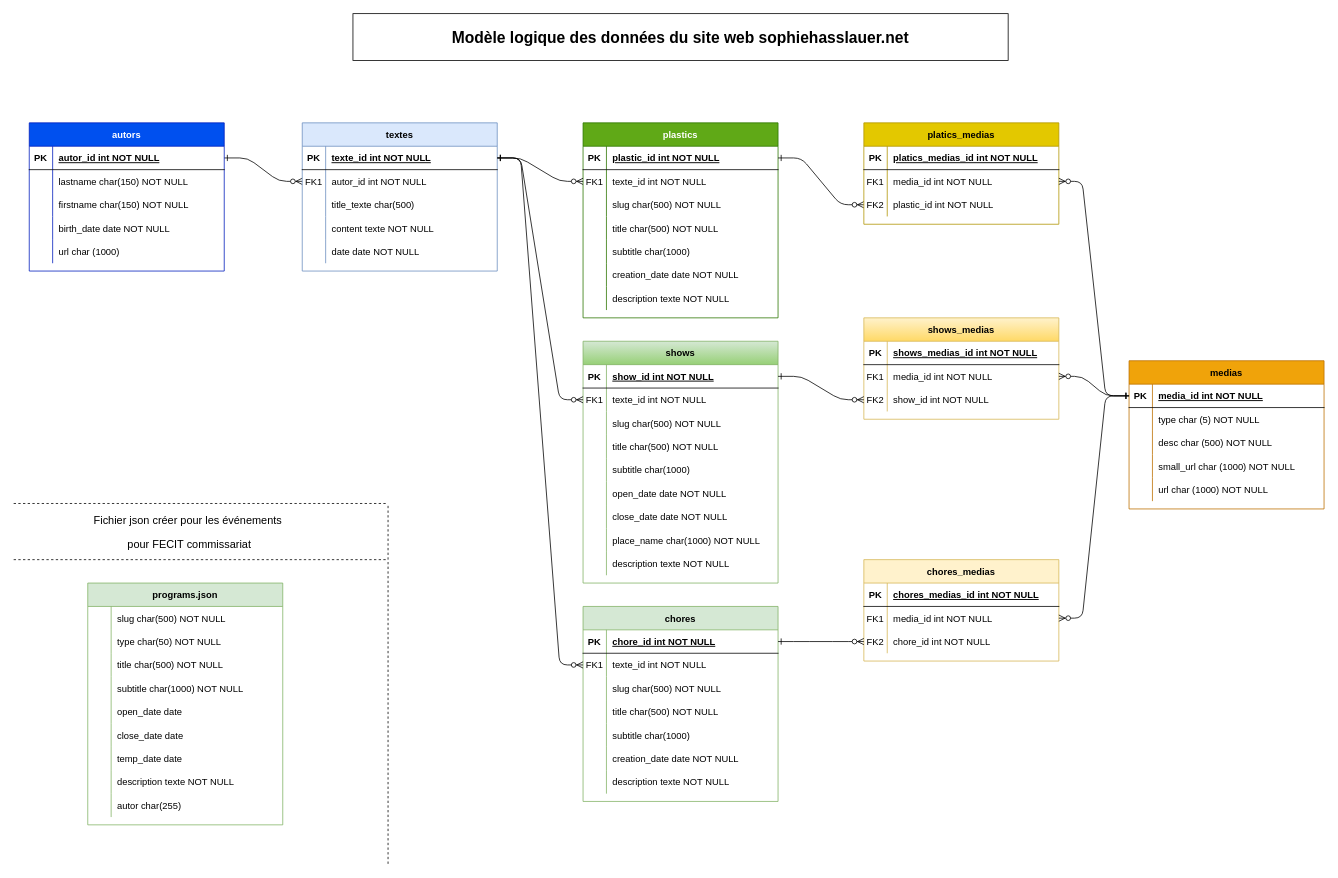
Earlier version of the draw.io diagram sophiehasslauer_BDD_sketch.drawio (sebatease/sebatease). Source tidied: cells renumbered, new cells numbered last; positions are measured from the earlier drawing's top-left corner, leaving out a move shared by most shapes. Both pictures are drawn from the tidied source at 78%, with x=0, y=0 at pixel (13, 13).
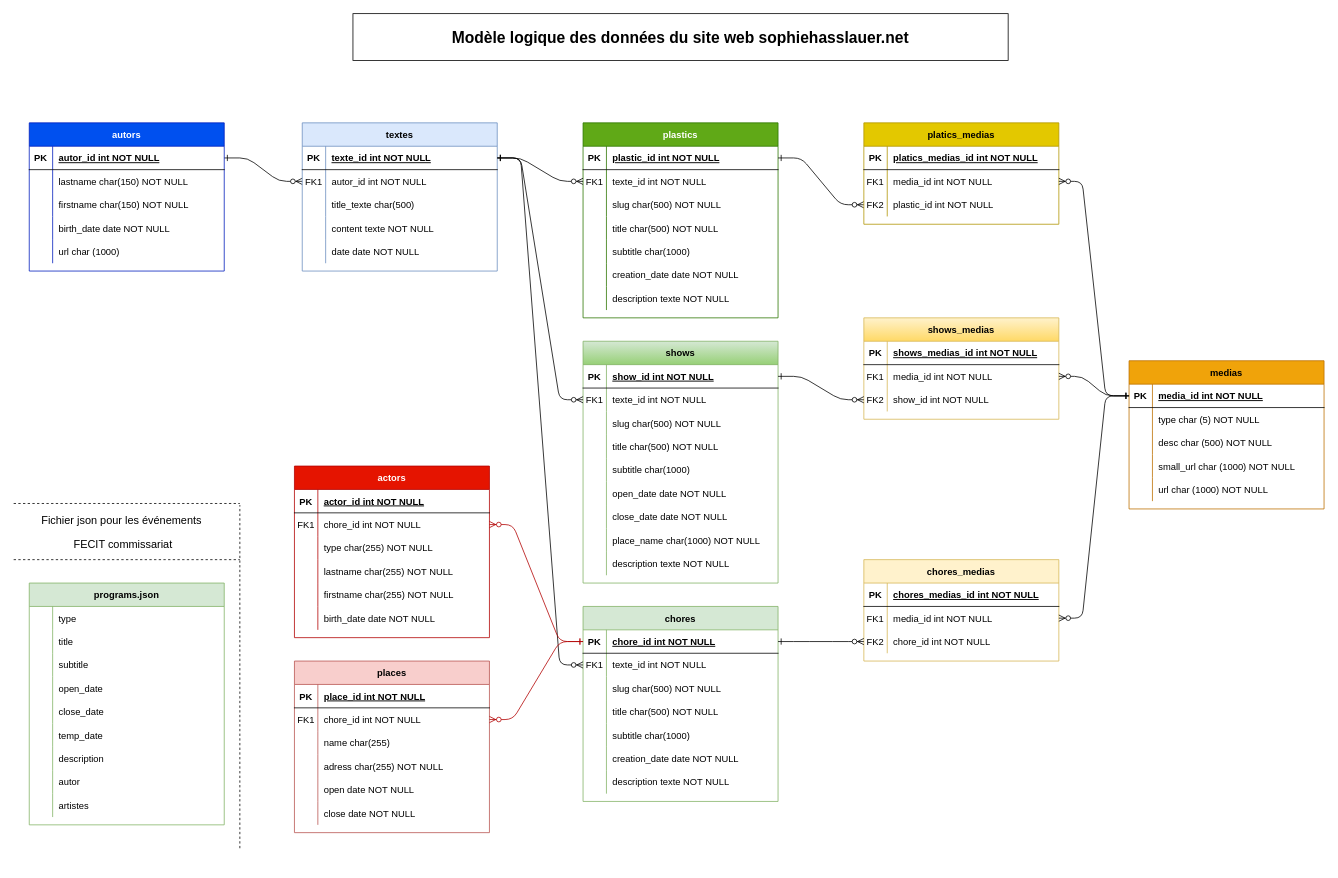
Above is the later version.

Unchanged cells that the change refers to:
```xml
<mxCell id="104" style="shape=partialRectangle;fillColor=none;points=[[0,0.5],[1,0.5]];portConstraint=eastwest;top=0;left=0;right=0;bottom=1;" parent="103" vertex="1">
  <mxGeometry y="30" width="250" height="30" as="geometry" />
</mxCell>
```

Diff of the diagram source:
```diff
@@
     <mxCell id="163" style="endArrow=none;dashed=1;html=1;rounded=0;" parent="1" edge="1">
       <mxGeometry relative="1" as="geometry">
         <mxPoint y="700" as="sourcePoint" />
-        <mxPoint x="480" y="700" as="targetPoint" />
+        <mxPoint x="290" y="700" as="targetPoint" />
       </mxGeometry>
     </mxCell>
     <mxCell id="164" style="endArrow=none;dashed=1;html=1;rounded=0;" parent="1" edge="1">
       <mxGeometry relative="1" as="geometry">
-        <mxPoint x="480" y="1090" as="sourcePoint" />
-        <mxPoint x="480" y="630" as="targetPoint" />
+        <mxPoint x="290" y="1070" as="sourcePoint" />
+        <mxPoint x="290" y="630" as="targetPoint" />
       </mxGeometry>
     </mxCell>
     <mxCell id="165" style="endArrow=none;dashed=1;html=1;rounded=0;" parent="1" edge="1">
       <mxGeometry relative="1" as="geometry">
         <mxPoint y="628" as="sourcePoint" />
-        <mxPoint x="480" y="628" as="targetPoint" />
+        <mxPoint x="290" y="628" as="targetPoint" />
       </mxGeometry>
     </mxCell>
-    <mxCell id="166" value="&lt;span style=&quot;font-weight: 400&quot;&gt;Fichier json créer pour les événements&amp;nbsp;&lt;/span&gt;" style="text;html=1;align=center;verticalAlign=middle;strokeColor=none;fillColor=none;fontStyle=1;fontSize=14;" parent="1" vertex="1">
-      <mxGeometry x="95" y="640" width="260" height="20" as="geometry" />
+    <mxCell id="166" value="&lt;span style=&quot;font-weight: 400&quot;&gt;Fichier json pour les événements&amp;nbsp;&lt;/span&gt;" style="text;html=1;align=center;verticalAlign=middle;strokeColor=none;fillColor=none;fontStyle=1;fontSize=14;" parent="1" vertex="1">
+      <mxGeometry x="30" y="640" width="220" height="20" as="geometry" />
     </mxCell>
-    <mxCell id="167" value="pour FECIT commissariat" style="text;html=1;align=center;verticalAlign=middle;strokeColor=none;fillColor=none;fontSize=14;" parent="1" vertex="1">
-      <mxGeometry x="140" y="670" width="170" height="20" as="geometry" />
+    <mxCell id="167" value="FECIT commissariat" style="text;html=1;align=center;verticalAlign=middle;strokeColor=none;fillColor=none;fontSize=14;" parent="1" vertex="1">
+      <mxGeometry x="70" y="670" width="140" height="20" as="geometry" />
     </mxCell>
     <mxCell id="168" value="programs.json" style="shape=table;startSize=30;childLayout=tableLayout;rowLines=0;fontStyle=1;align=center;fillColor=#d5e8d4;strokeColor=#82b366;" parent="1" vertex="1">
-      <mxGeometry x="95" y="730" width="250" height="310" as="geometry" />
+      <mxGeometry x="20" y="730" width="250" height="310" as="geometry" />
     </mxCell>
-    <mxCell id="169" style="shape=partialRectangle;fillColor=none;top=0;left=0;right=0;bottom=0;" parent="168" vertex="1">
-      <mxGeometry y="30" width="250" height="30" as="geometry" />
-    </mxCell>
-    <mxCell id="170" style="shape=partialRectangle;overflow=hidden;fillColor=none;top=0;left=0;bottom=0;right=0;" parent="169" vertex="1">
-      <mxGeometry width="30" height="30" as="geometry" />
-    </mxCell>
-    <mxCell id="171" value="slug char(500) NOT NULL" style="shape=partialRectangle;overflow=hidden;fillColor=none;top=0;left=0;bottom=0;right=0;align=left;spacingLeft=6;" parent="169" vertex="1">
-      <mxGeometry x="30" width="220" height="30" as="geometry" />
-    </mxCell>
     <mxCell id="172" style="shape=partialRectangle;fillColor=none;top=0;left=0;right=0;bottom=0;" parent="168" vertex="1">
-      <mxGeometry y="60" width="250" height="30" as="geometry" />
+      <mxGeometry y="30" width="250" height="30" as="geometry" />
     </mxCell>
@@
-    <mxCell id="174" value="type char(50) NOT NULL" style="shape=partialRectangle;overflow=hidden;fillColor=none;top=0;left=0;bottom=0;right=0;align=left;spacingLeft=6;" parent="172" vertex="1">
+    <mxCell id="174" value="type" style="shape=partialRectangle;overflow=hidden;fillColor=none;top=0;left=0;bottom=0;right=0;align=left;spacingLeft=6;" parent="172" vertex="1">
       <mxGeometry x="30" width="220" height="30" as="geometry" />
     </mxCell>
     <mxCell id="175" style="shape=partialRectangle;fillColor=none;top=0;left=0;right=0;bottom=0;" parent="168" vertex="1">
-      <mxGeometry y="90" width="250" height="30" as="geometry" />
+      <mxGeometry y="60" width="250" height="30" as="geometry" />
     </mxCell>
@@
-    <mxCell id="177" value="title char(500) NOT NULL" style="shape=partialRectangle;overflow=hidden;fillColor=none;top=0;left=0;bottom=0;right=0;align=left;spacingLeft=6;" parent="175" vertex="1">
+    <mxCell id="177" value="title" style="shape=partialRectangle;overflow=hidden;fillColor=none;top=0;left=0;bottom=0;right=0;align=left;spacingLeft=6;" parent="175" vertex="1">
       <mxGeometry x="30" width="220" height="30" as="geometry" />
     </mxCell>
     <mxCell id="178" style="shape=partialRectangle;fillColor=none;top=0;left=0;right=0;bottom=0;" parent="168" vertex="1">
-      <mxGeometry y="120" width="250" height="30" as="geometry" />
+      <mxGeometry y="90" width="250" height="30" as="geometry" />
     </mxCell>
@@
-    <mxCell id="180" value="subtitle char(1000) NOT NULL" style="shape=partialRectangle;overflow=hidden;fillColor=none;top=0;left=0;bottom=0;right=0;align=left;spacingLeft=6;" parent="178" vertex="1">
+    <mxCell id="180" value="subtitle" style="shape=partialRectangle;overflow=hidden;fillColor=none;top=0;left=0;bottom=0;right=0;align=left;spacingLeft=6;" parent="178" vertex="1">
       <mxGeometry x="30" width="220" height="30" as="geometry" />
     </mxCell>
     <mxCell id="181" style="shape=partialRectangle;fillColor=none;top=0;left=0;right=0;bottom=0;" parent="168" vertex="1">
-      <mxGeometry y="150" width="250" height="30" as="geometry" />
+      <mxGeometry y="120" width="250" height="30" as="geometry" />
     </mxCell>
@@
-    <mxCell id="183" value="open_date date " style="shape=partialRectangle;overflow=hidden;fillColor=none;top=0;left=0;bottom=0;right=0;align=left;spacingLeft=6;" parent="181" vertex="1">
+    <mxCell id="183" value="open_date " style="shape=partialRectangle;overflow=hidden;fillColor=none;top=0;left=0;bottom=0;right=0;align=left;spacingLeft=6;" parent="181" vertex="1">
       <mxGeometry x="30" width="220" height="30" as="geometry" />
     </mxCell>
     <mxCell id="184" style="shape=partialRectangle;fillColor=none;top=0;left=0;right=0;bottom=0;" parent="168" vertex="1">
-      <mxGeometry y="180" width="250" height="30" as="geometry" />
+      <mxGeometry y="150" width="250" height="30" as="geometry" />
     </mxCell>
@@
-    <mxCell id="186" value="close_date date " style="shape=partialRectangle;overflow=hidden;fillColor=none;top=0;left=0;bottom=0;right=0;align=left;spacingLeft=6;" parent="184" vertex="1">
+    <mxCell id="186" value="close_date" style="shape=partialRectangle;overflow=hidden;fillColor=none;top=0;left=0;bottom=0;right=0;align=left;spacingLeft=6;" parent="184" vertex="1">
       <mxGeometry x="30" width="220" height="30" as="geometry" />
     </mxCell>
     <mxCell id="187" style="shape=partialRectangle;fillColor=none;top=0;left=0;right=0;bottom=0;" parent="168" vertex="1">
-      <mxGeometry y="210" width="250" height="30" as="geometry" />
+      <mxGeometry y="180" width="250" height="30" as="geometry" />
     </mxCell>
@@
-    <mxCell id="189" value="temp_date date " style="shape=partialRectangle;overflow=hidden;fillColor=none;top=0;left=0;bottom=0;right=0;align=left;spacingLeft=6;" parent="187" vertex="1">
+    <mxCell id="189" value="temp_date " style="shape=partialRectangle;overflow=hidden;fillColor=none;top=0;left=0;bottom=0;right=0;align=left;spacingLeft=6;" parent="187" vertex="1">
       <mxGeometry x="30" width="220" height="30" as="geometry" />
     </mxCell>
     <mxCell id="190" style="shape=partialRectangle;fillColor=none;top=0;left=0;right=0;bottom=0;" parent="168" vertex="1">
-      <mxGeometry y="240" width="250" height="30" as="geometry" />
+      <mxGeometry y="210" width="250" height="30" as="geometry" />
     </mxCell>
@@
-    <mxCell id="192" value="description texte NOT NULL" style="shape=partialRectangle;overflow=hidden;fillColor=none;top=0;left=0;bottom=0;right=0;align=left;spacingLeft=6;" parent="190" vertex="1">
+    <mxCell id="192" value="description" style="shape=partialRectangle;overflow=hidden;fillColor=none;top=0;left=0;bottom=0;right=0;align=left;spacingLeft=6;" parent="190" vertex="1">
       <mxGeometry x="30" width="220" height="30" as="geometry" />
     </mxCell>
     <mxCell id="193" style="shape=partialRectangle;fillColor=none;top=0;left=0;right=0;bottom=0;" parent="168" vertex="1">
-      <mxGeometry y="270" width="250" height="30" as="geometry" />
+      <mxGeometry y="240" width="250" height="30" as="geometry" />
     </mxCell>
@@
-    <mxCell id="195" value="autor char(255)" style="shape=partialRectangle;overflow=hidden;fillColor=none;top=0;left=0;bottom=0;right=0;align=left;spacingLeft=6;" parent="193" vertex="1">
+    <mxCell id="195" value="autor" style="shape=partialRectangle;overflow=hidden;fillColor=none;top=0;left=0;bottom=0;right=0;align=left;spacingLeft=6;" parent="193" vertex="1">
       <mxGeometry x="30" width="220" height="30" as="geometry" />
     </mxCell>
+    <mxCell id="196" style="shape=partialRectangle;fillColor=none;top=0;left=0;right=0;bottom=0;" parent="168" vertex="1">
+      <mxGeometry y="270" width="250" height="30" as="geometry" />
+    </mxCell>
+    <mxCell id="197" style="shape=partialRectangle;overflow=hidden;fillColor=none;top=0;left=0;bottom=0;right=0;" parent="196" vertex="1">
+      <mxGeometry width="30" height="30" as="geometry" />
+    </mxCell>
+    <mxCell id="198" value="artistes" style="shape=partialRectangle;overflow=hidden;fillColor=none;top=0;left=0;bottom=0;right=0;align=left;spacingLeft=6;" parent="196" vertex="1">
+      <mxGeometry x="30" width="220" height="30" as="geometry" />
+    </mxCell>
+    <mxCell id="199" value="actors" style="shape=table;startSize=30;childLayout=tableLayout;rowLines=0;fontStyle=1;align=center;fillColor=#e51400;fontColor=#ffffff;strokeColor=#B20000;" parent="1" vertex="1">
+      <mxGeometry x="360" y="580" width="250" height="220" as="geometry" />
+    </mxCell>
+    <mxCell id="200" style="shape=partialRectangle;fillColor=none;top=0;left=0;right=0;bottom=1;" parent="199" vertex="1">
+      <mxGeometry y="30" width="250" height="30" as="geometry" />
+    </mxCell>
+    <mxCell id="201" value="PK" style="shape=partialRectangle;overflow=hidden;fillColor=none;top=0;left=0;bottom=0;right=0;fontStyle=1;" parent="200" vertex="1">
+      <mxGeometry width="30" height="30" as="geometry" />
+    </mxCell>
+    <mxCell id="202" value="actor_id int NOT NULL " style="shape=partialRectangle;overflow=hidden;fillColor=none;top=0;left=0;bottom=0;right=0;align=left;spacingLeft=6;fontStyle=5;" parent="200" vertex="1">
+      <mxGeometry x="30" width="220" height="30" as="geometry" />
+    </mxCell>
+    <mxCell id="203" style="shape=partialRectangle;fillColor=none;points=[[0,0.5],[1,0.5]];portConstraint=eastwest;top=0;left=0;right=0;bottom=0;" parent="199" vertex="1">
+      <mxGeometry y="60" width="250" height="30" as="geometry" />
+    </mxCell>
+    <mxCell id="204" value="FK1" style="shape=partialRectangle;overflow=hidden;fillColor=none;top=0;left=0;bottom=0;right=0;" parent="203" vertex="1">
+      <mxGeometry width="30" height="30" as="geometry" />
+    </mxCell>
+    <mxCell id="205" value="chore_id int NOT NULL" style="shape=partialRectangle;overflow=hidden;fillColor=none;top=0;left=0;bottom=0;right=0;align=left;spacingLeft=6;" parent="203" vertex="1">
+      <mxGeometry x="30" width="220" height="30" as="geometry" />
+    </mxCell>
+    <mxCell id="206" style="shape=partialRectangle;fillColor=none;top=0;left=0;right=0;bottom=0;" parent="199" vertex="1">
+      <mxGeometry y="90" width="250" height="30" as="geometry" />
+    </mxCell>
+    <mxCell id="207" style="shape=partialRectangle;overflow=hidden;fillColor=none;top=0;left=0;bottom=0;right=0;" parent="206" vertex="1">
+      <mxGeometry width="30" height="30" as="geometry" />
+    </mxCell>
+    <mxCell id="208" value="type char(255) NOT NULL" style="shape=partialRectangle;overflow=hidden;fillColor=none;top=0;left=0;bottom=0;right=0;align=left;spacingLeft=6;" parent="206" vertex="1">
+      <mxGeometry x="30" width="220" height="30" as="geometry" />
+    </mxCell>
+    <mxCell id="209" style="shape=partialRectangle;fillColor=none;top=0;left=0;right=0;bottom=0;" parent="199" vertex="1">
+      <mxGeometry y="120" width="250" height="30" as="geometry" />
+    </mxCell>
+    <mxCell id="210" style="shape=partialRectangle;overflow=hidden;fillColor=none;top=0;left=0;bottom=0;right=0;" parent="209" vertex="1">
+      <mxGeometry width="30" height="30" as="geometry" />
+    </mxCell>
+    <mxCell id="211" value="lastname char(255) NOT NULL" style="shape=partialRectangle;overflow=hidden;fillColor=none;top=0;left=0;bottom=0;right=0;align=left;spacingLeft=6;" parent="209" vertex="1">
+      <mxGeometry x="30" width="220" height="30" as="geometry" />
+    </mxCell>
+    <mxCell id="212" style="shape=partialRectangle;fillColor=none;top=0;left=0;right=0;bottom=0;" parent="199" vertex="1">
+      <mxGeometry y="150" width="250" height="30" as="geometry" />
+    </mxCell>
+    <mxCell id="213" style="shape=partialRectangle;overflow=hidden;fillColor=none;top=0;left=0;bottom=0;right=0;" parent="212" vertex="1">
+      <mxGeometry width="30" height="30" as="geometry" />
+    </mxCell>
+    <mxCell id="214" value="firstname char(255) NOT NULL" style="shape=partialRectangle;overflow=hidden;fillColor=none;top=0;left=0;bottom=0;right=0;align=left;spacingLeft=6;" parent="212" vertex="1">
+      <mxGeometry x="30" width="220" height="30" as="geometry" />
+    </mxCell>
+    <mxCell id="215" style="shape=partialRectangle;fillColor=none;top=0;left=0;right=0;bottom=0;" parent="199" vertex="1">
+      <mxGeometry y="180" width="250" height="30" as="geometry" />
+    </mxCell>
+    <mxCell id="216" style="shape=partialRectangle;overflow=hidden;fillColor=none;top=0;left=0;bottom=0;right=0;" parent="215" vertex="1">
+      <mxGeometry width="30" height="30" as="geometry" />
+    </mxCell>
+    <mxCell id="217" value="birth_date date NOT NULL" style="shape=partialRectangle;overflow=hidden;fillColor=none;top=0;left=0;bottom=0;right=0;align=left;spacingLeft=6;" parent="215" vertex="1">
+      <mxGeometry x="30" width="220" height="30" as="geometry" />
+    </mxCell>
+    <mxCell id="218" value="places" style="shape=table;startSize=30;childLayout=tableLayout;rowLines=0;fontStyle=1;align=center;fillColor=#f8cecc;strokeColor=#b85450;" parent="1" vertex="1">
+      <mxGeometry x="360" y="830" width="250" height="220" as="geometry" />
+    </mxCell>
+    <mxCell id="219" style="shape=partialRectangle;fillColor=none;top=0;left=0;right=0;bottom=1;" parent="218" vertex="1">
+      <mxGeometry y="30" width="250" height="30" as="geometry" />
+    </mxCell>
+    <mxCell id="220" value="PK" style="shape=partialRectangle;overflow=hidden;fillColor=none;top=0;left=0;bottom=0;right=0;fontStyle=1;" parent="219" vertex="1">
+      <mxGeometry width="30" height="30" as="geometry" />
+    </mxCell>
+    <mxCell id="221" value="place_id int NOT NULL" style="shape=partialRectangle;overflow=hidden;fillColor=none;top=0;left=0;bottom=0;right=0;align=left;spacingLeft=6;fontStyle=5;" parent="219" vertex="1">
+      <mxGeometry x="30" width="220" height="30" as="geometry" />
+    </mxCell>
+    <mxCell id="222" style="shape=partialRectangle;fillColor=none;points=[[0,0.5],[1,0.5]];portConstraint=eastwest;top=0;left=0;right=0;bottom=0;" parent="218" vertex="1">
+      <mxGeometry y="60" width="250" height="30" as="geometry" />
+    </mxCell>
+    <mxCell id="223" value="FK1" style="shape=partialRectangle;overflow=hidden;fillColor=none;top=0;left=0;bottom=0;right=0;" parent="222" vertex="1">
+      <mxGeometry width="30" height="30" as="geometry" />
+    </mxCell>
+    <mxCell id="224" value="chore_id int NOT NULL" style="shape=partialRectangle;overflow=hidden;fillColor=none;top=0;left=0;bottom=0;right=0;align=left;spacingLeft=6;" parent="222" vertex="1">
+      <mxGeometry x="30" width="220" height="30" as="geometry" />
+    </mxCell>
+    <mxCell id="225" style="shape=partialRectangle;fillColor=none;top=0;left=0;right=0;bottom=0;" parent="218" vertex="1">
+      <mxGeometry y="90" width="250" height="30" as="geometry" />
+    </mxCell>
+    <mxCell id="226" style="shape=partialRectangle;overflow=hidden;fillColor=none;top=0;left=0;bottom=0;right=0;" parent="225" vertex="1">
+      <mxGeometry width="30" height="30" as="geometry" />
+    </mxCell>
+    <mxCell id="227" value="name char(255)" style="shape=partialRectangle;overflow=hidden;fillColor=none;top=0;left=0;bottom=0;right=0;align=left;spacingLeft=6;" parent="225" vertex="1">
+      <mxGeometry x="30" width="220" height="30" as="geometry" />
+    </mxCell>
+    <mxCell id="228" style="shape=partialRectangle;fillColor=none;top=0;left=0;right=0;bottom=0;" parent="218" vertex="1">
+      <mxGeometry y="120" width="250" height="30" as="geometry" />
+    </mxCell>
+    <mxCell id="229" style="shape=partialRectangle;overflow=hidden;fillColor=none;top=0;left=0;bottom=0;right=0;" parent="228" vertex="1">
+      <mxGeometry width="30" height="30" as="geometry" />
+    </mxCell>
+    <mxCell id="230" value="adress char(255) NOT NULL" style="shape=partialRectangle;overflow=hidden;fillColor=none;top=0;left=0;bottom=0;right=0;align=left;spacingLeft=6;" parent="228" vertex="1">
+      <mxGeometry x="30" width="220" height="30" as="geometry" />
+    </mxCell>
+    <mxCell id="231" style="shape=partialRectangle;fillColor=none;top=0;left=0;right=0;bottom=0;" parent="218" vertex="1">
+      <mxGeometry y="150" width="250" height="30" as="geometry" />
+    </mxCell>
+    <mxCell id="232" style="shape=partialRectangle;overflow=hidden;fillColor=none;top=0;left=0;bottom=0;right=0;" parent="231" vertex="1">
+      <mxGeometry width="30" height="30" as="geometry" />
+    </mxCell>
+    <mxCell id="233" value="open date NOT NULL" style="shape=partialRectangle;overflow=hidden;fillColor=none;top=0;left=0;bottom=0;right=0;align=left;spacingLeft=6;" parent="231" vertex="1">
+      <mxGeometry x="30" width="220" height="30" as="geometry" />
+    </mxCell>
+    <mxCell id="234" style="shape=partialRectangle;fillColor=none;top=0;left=0;right=0;bottom=0;" parent="218" vertex="1">
+      <mxGeometry y="180" width="250" height="30" as="geometry" />
+    </mxCell>
+    <mxCell id="235" style="shape=partialRectangle;overflow=hidden;fillColor=none;top=0;left=0;bottom=0;right=0;" parent="234" vertex="1">
+      <mxGeometry width="30" height="30" as="geometry" />
+    </mxCell>
+    <mxCell id="236" value="close date NOT NULL" style="shape=partialRectangle;overflow=hidden;fillColor=none;top=0;left=0;bottom=0;right=0;align=left;spacingLeft=6;" parent="234" vertex="1">
+      <mxGeometry x="30" width="220" height="30" as="geometry" />
+    </mxCell>
+    <mxCell id="237" style="edgeStyle=entityRelationEdgeStyle;endArrow=ERzeroToMany;startArrow=ERone;endFill=1;startFill=0;entryX=1;entryY=0.5;entryDx=0;entryDy=0;exitX=0;exitY=0.5;exitDx=0;exitDy=0;fillColor=#e51400;strokeColor=#B20000;" parent="1" edge="1" source="104" target="222">
+      <mxGeometry relative="1" as="geometry" />
+    </mxCell>
+    <mxCell id="238" style="edgeStyle=entityRelationEdgeStyle;endArrow=ERzeroToMany;startArrow=ERone;endFill=1;startFill=0;entryX=1;entryY=0.5;entryDx=0;entryDy=0;fillColor=#e51400;strokeColor=#B20000;exitX=0;exitY=0.5;exitDx=0;exitDy=0;" parent="1" edge="1" source="104" target="203">
+      <mxGeometry relative="1" as="geometry" />
+    </mxCell>
```
